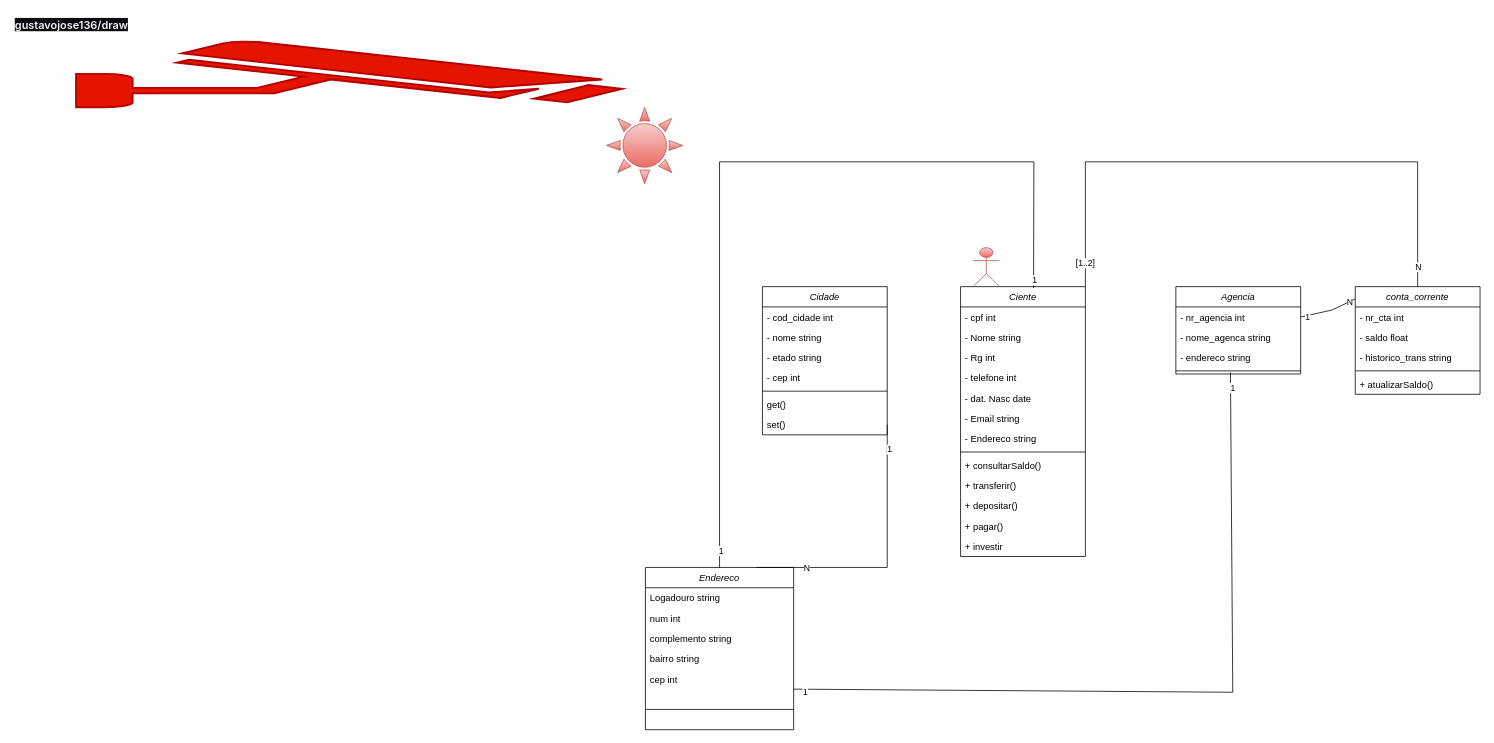
Above: aula 01.drawio in gustavojose136/draw (draw.io), before the change. Source tidied: cells renumbered, new cells numbered last; positions are measured from the earlier drawing's top-left corner, leaving out a move shared by most shapes. Both pictures are drawn from the tidied source at 78%, with x=0, y=0 at pixel (13, 13).
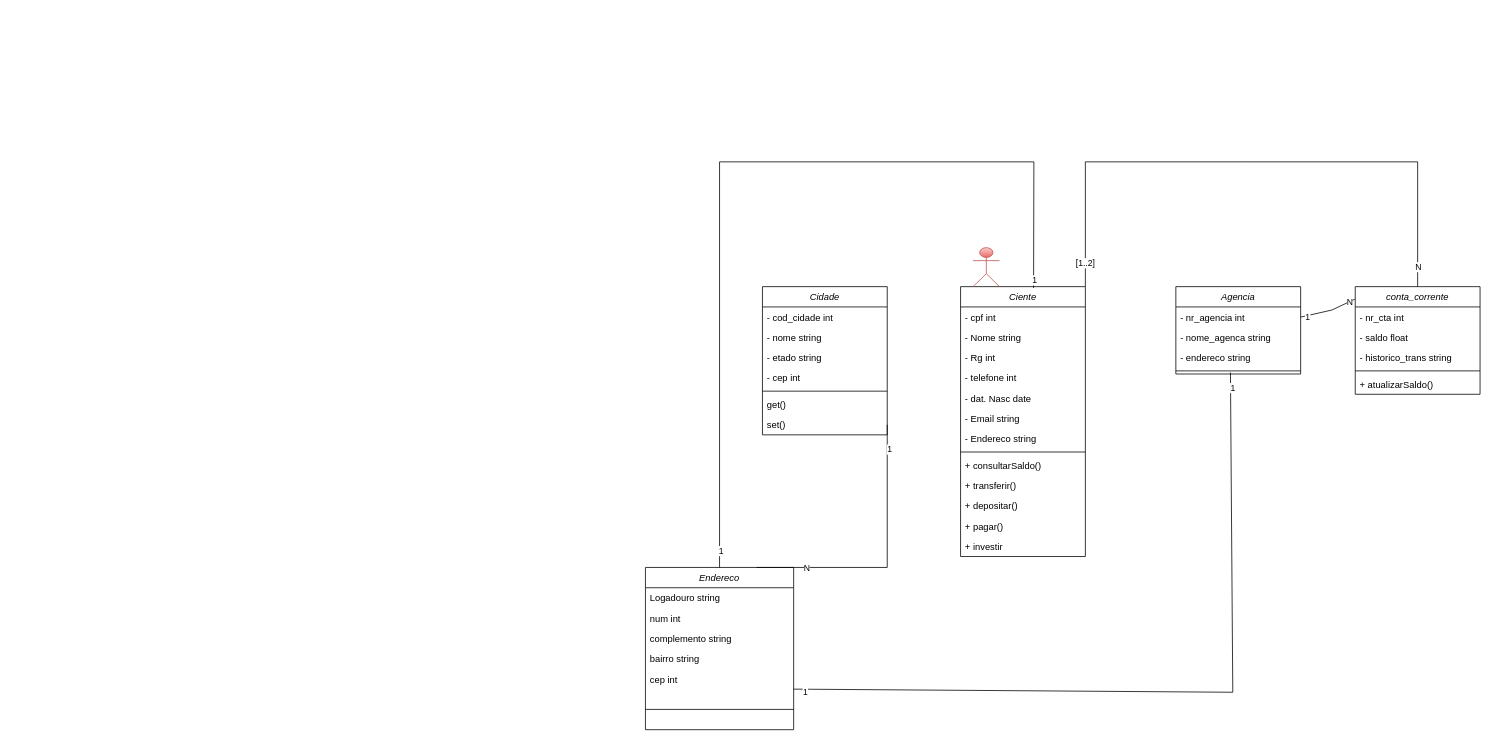
The same diagram, later.

Diff of the diagram source:
```diff
@@
-    <mxCell id="58" style="shape=mxgraph.signs.nature.sun_3;html=1;fillColor=#f8cecc;strokeColor=#b85450;verticalLabelPosition=bottom;verticalAlign=top;align=center;sketch=0;gradientColor=#ea6b66;" parent="1" vertex="1">
-      <mxGeometry x="760" y="120" width="98" height="98" as="geometry" />
-    </mxCell>
-    <mxCell id="59" style="fontColor=#ffffff;verticalAlign=top;verticalLabelPosition=bottom;labelPosition=center;align=center;html=1;fillColor=#e51400;strokeColor=#B20000;gradientDirection=north;strokeWidth=2;shape=mxgraph.networks.security_camera;" parent="1" vertex="1">
-      <mxGeometry x="80" y="35" width="700" height="85" as="geometry" />
-    </mxCell>
-    <mxCell id="60" value="&lt;strong style=&quot;box-sizing: border-box; font-weight: 600; color: rgb(240, 243, 246); font-family: -apple-system, BlinkMacSystemFont, &amp;quot;Segoe UI&amp;quot;, Helvetica, Arial, sans-serif, &amp;quot;Apple Color Emoji&amp;quot;, &amp;quot;Segoe UI Emoji&amp;quot;; font-size: 14px; font-style: normal; font-variant-ligatures: normal; font-variant-caps: normal; letter-spacing: normal; orphans: 2; text-align: left; text-indent: 0px; text-transform: none; widows: 2; word-spacing: 0px; -webkit-text-stroke-width: 0px; background-color: rgb(10, 12, 16); text-decoration-thickness: initial; text-decoration-style: initial; text-decoration-color: initial;&quot;&gt;gustavojose136/draw&lt;/strong&gt;" style="text;whiteSpace=wrap;html=1;" parent="1" vertex="1">
-      <mxGeometry width="170" height="40" as="geometry" />
-    </mxCell>
```
